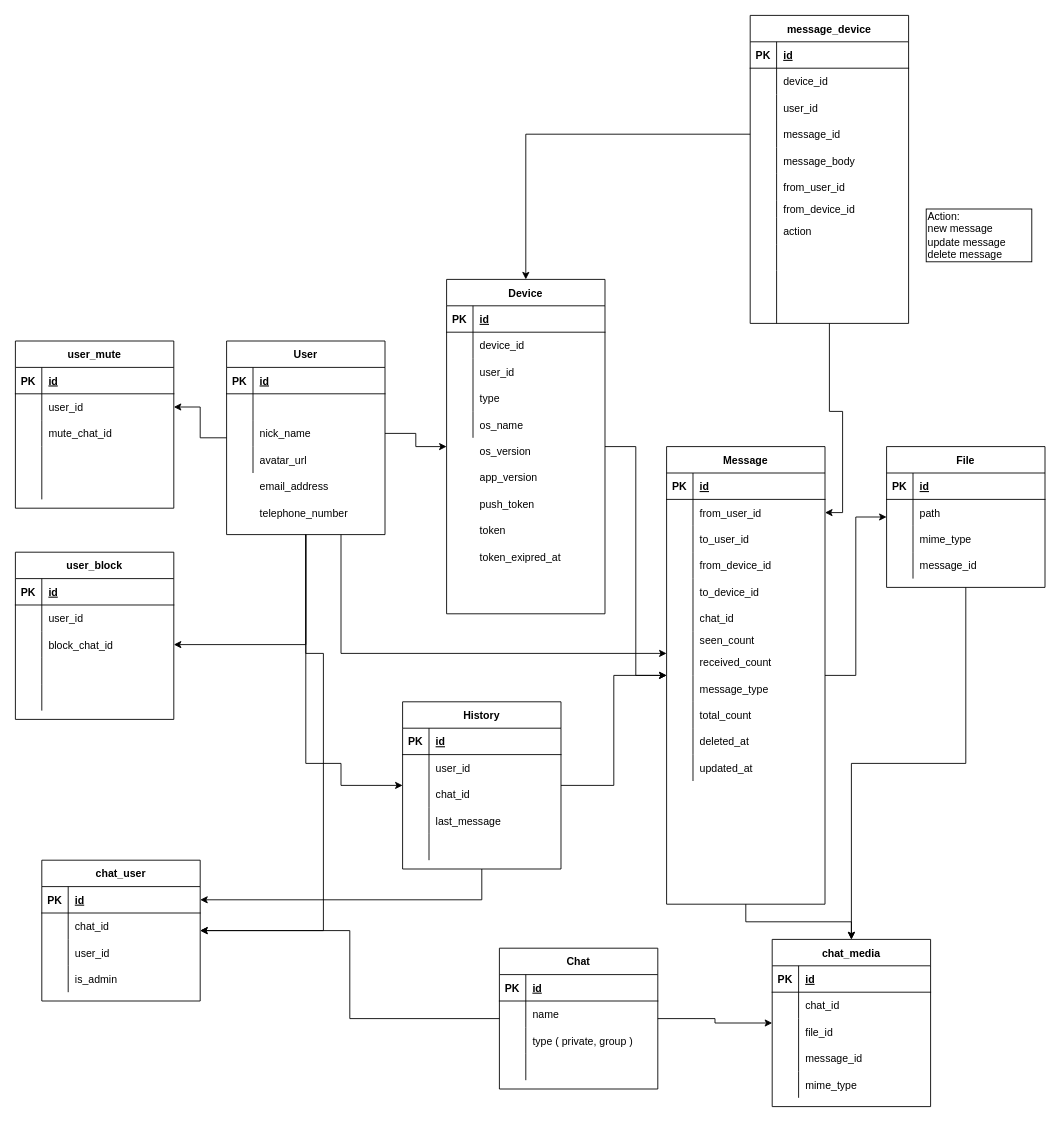
This is documents/database.drawio from cloverstudio/Spika3, a draw.io file, before an edit. Source tidied: cells renumbered, new cells numbered last; positions are measured from the earlier drawing's top-left corner, leaving out a move shared by most shapes. Both pictures are drawn from the tidied source at 88%, with x=0, y=0 at pixel (15, 15).
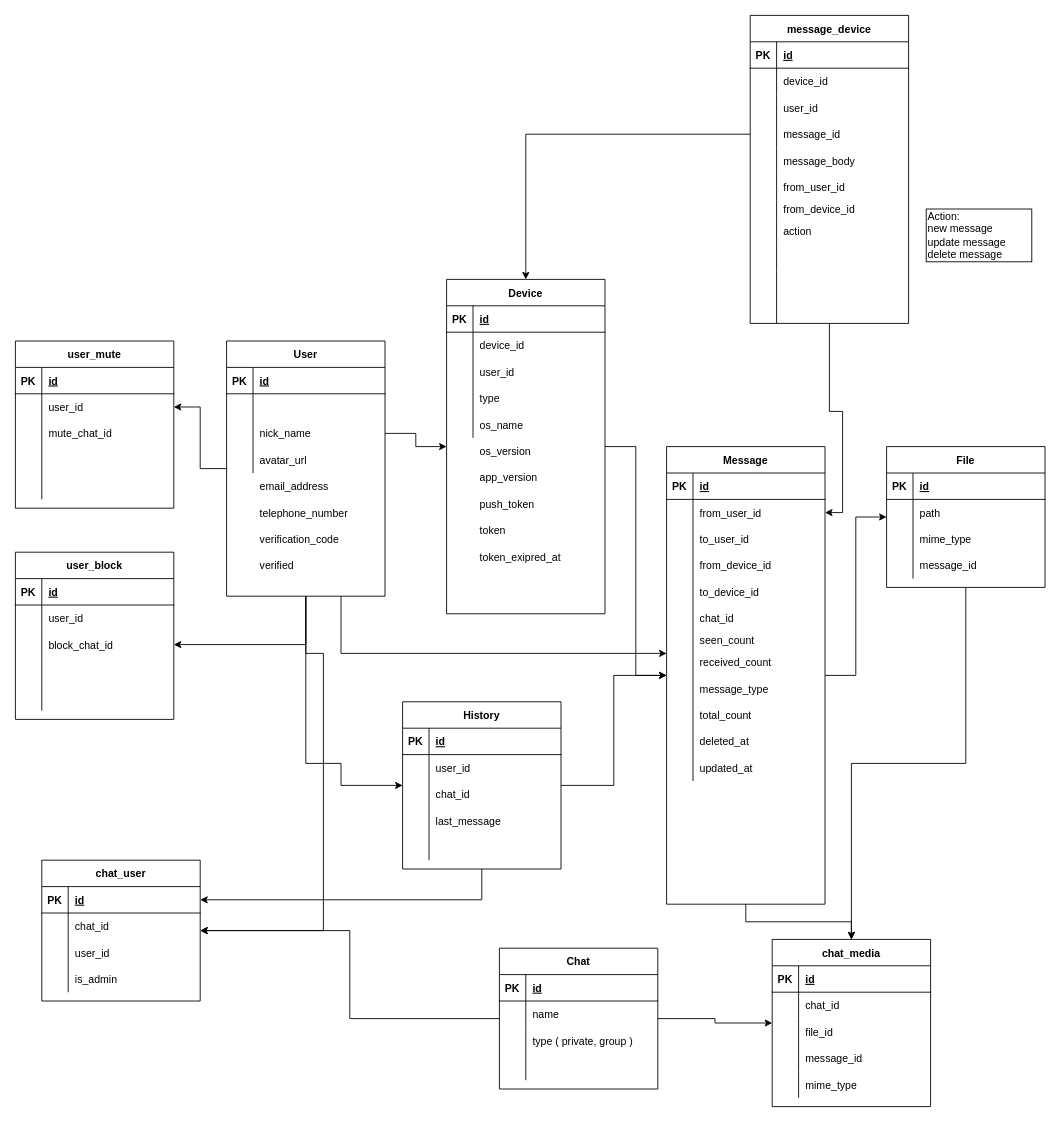
Above is the later version.

Diff of the diagram source:
```diff
@@
     <mxCell id="7" value="User" style="shape=table;startSize=30;childLayout=tableLayout;rowLines=0;fontStyle=1;align=center;" parent="1" vertex="1">
-      <mxGeometry x="240" y="370" width="180" height="220" as="geometry" />
+      <mxGeometry x="240" y="370" width="180" height="290" as="geometry" />
     </mxCell>
@@
+    <mxCell id="229" value="verification_code" style="shape=partialRectangle;fillColor=none;top=0;left=0;bottom=0;right=0;align=left;spacingLeft=6;overflow=hidden;" parent="1" vertex="1">
+      <mxGeometry x="270" y="580" width="150" height="30" as="geometry" />
+    </mxCell>
+    <mxCell id="230" value="verified" style="shape=partialRectangle;fillColor=none;top=0;left=0;bottom=0;right=0;align=left;spacingLeft=6;overflow=hidden;" parent="1" vertex="1">
+      <mxGeometry x="270" y="610" width="150" height="30" as="geometry" />
+    </mxCell>
```
